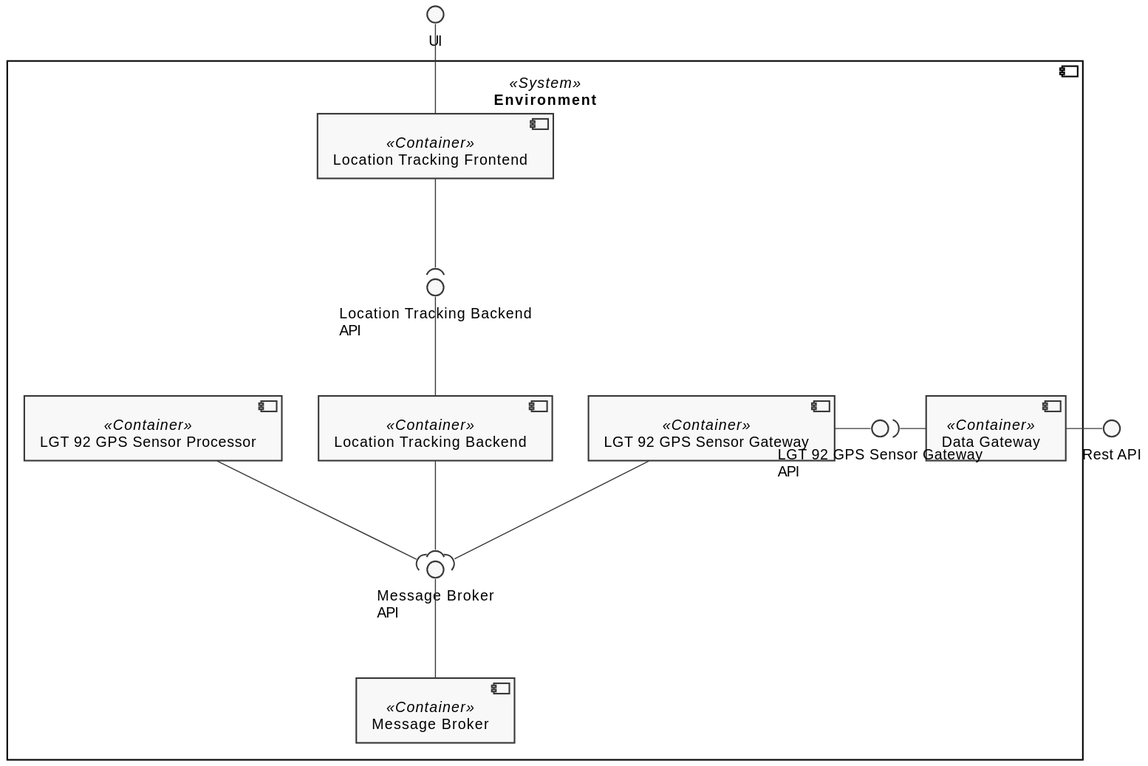
Above: docs/diagrams/logical-view-level2.svg in FilipeMCruz/sensae-console (PlantUML), before the change.
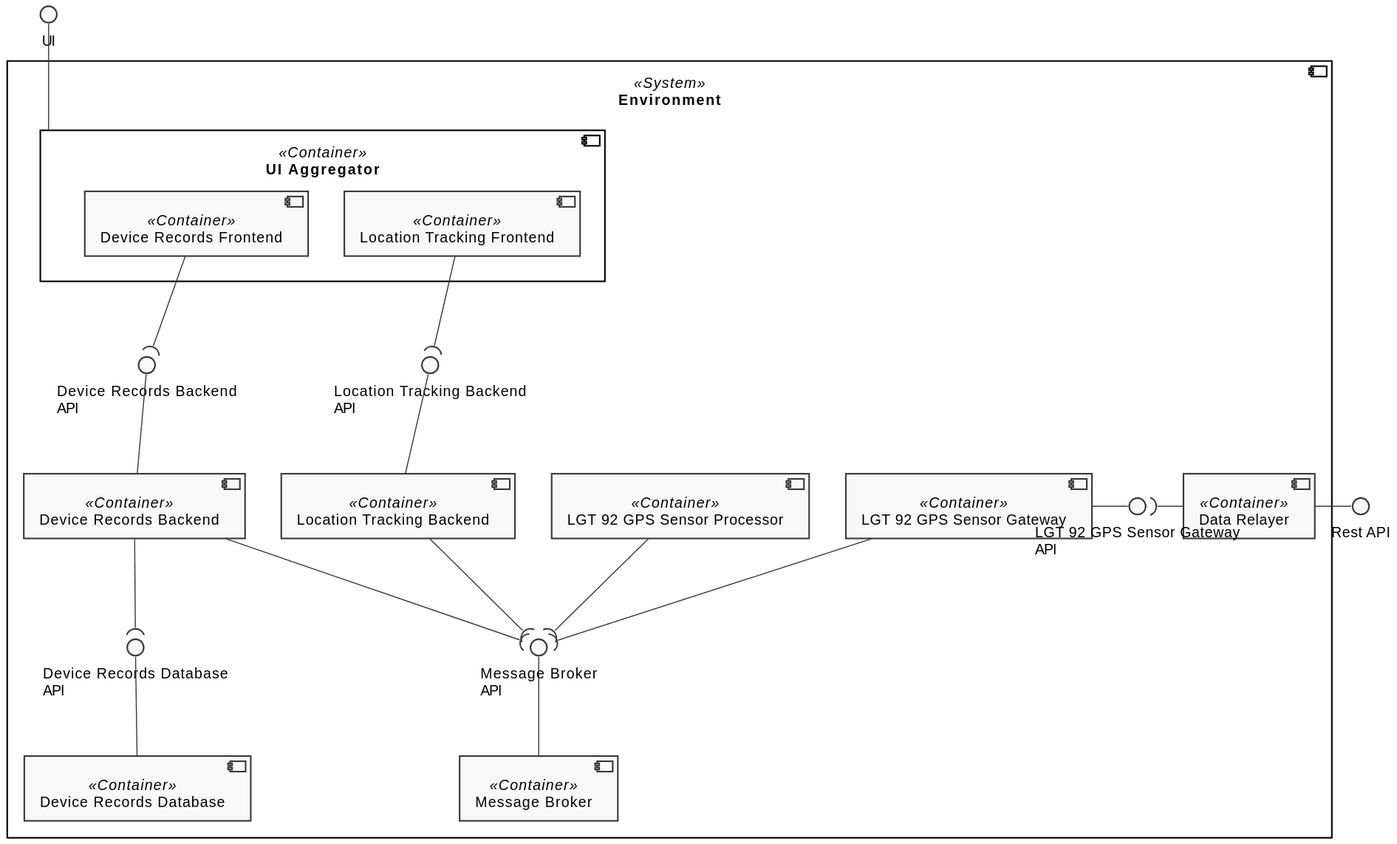
Later version of the same file.

What changed in the source:
```diff
@@ -13,28 +13,44 @@
 component "Environment" <<System>> {
     component "Message Broker" as MB <<Container>>
     component "Location Tracking Backend" as LTB <<Container>>
-    component "Location Tracking Frontend" as LTF <<Container>>
+    component "Device Records Backend" as DRB <<Container>>
     component "LGT 92 GPS Sensor Processor" as LGT92GPSP <<Container>>
     component "LGT 92 GPS Sensor Gateway" as LGT92GPSG <<Container>>
-    component "Data Gateway" as DG <<Container>>
+    component "Data Relayer" as DR <<Container>>
+    component "UI Aggregator" as UIAG <<Container>> {
+        component "Device Records Frontend" as DRF <<Container>>
+        component "Location Tracking Frontend" as LTF <<Container>>
+    }
+    component "Device Records Database" as DRDB <<Container>>
 
     interface "Message Broker\nAPI" as MB_API
     interface "Location Tracking Backend\nAPI" as LTB_API
+    interface "Device Records Backend\nAPI" as DRB_API
+    interface "Device Records Database\nAPI" as DRDB_API
     interface "LGT 92 GPS Sensor Gateway\nAPI" as LGT92GPSG_API
 
+    DRB_API-- DRB
     MB_API -- MB
+    DRDB_API -- DRDB
     LTB_API -- LTB
-    UI -- LTF
+    UI -- UIAG
     LGT92GPSG - LGT92GPSG_API
-
+    DRB --( DRDB_API
     LTF --( LTB_API
+    DRF --( DRB_API
 
     LTB --( MB_API
+    DRB --( MB_API
     LGT92GPSG --( MB_API
     LGT92GPSP --( MB_API
 
-    DG - IN_ENDPOINT
-    LGT92GPSG_API )- DG
+
+    DR - IN_ENDPOINT
+    LGT92GPSG_API )- DR
+
+    LGT92GPSP -[hidden] LGT92GPSG
+    DRB -[hidden] LGT92GPSP
+    DRB -[hidden] LTB
 }
 
 @enduml
```
